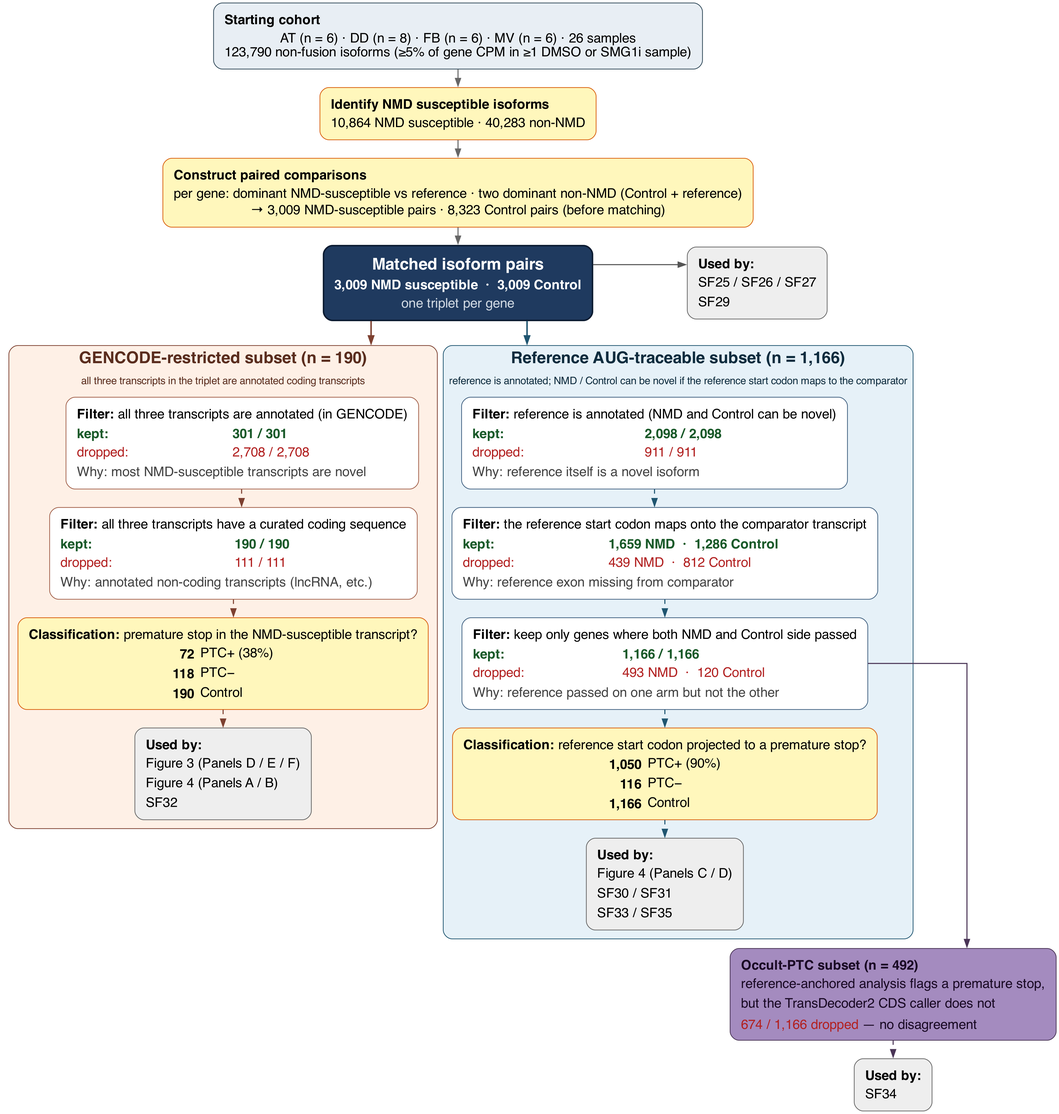
Earlier version of the Graphviz export figures/SupplementalFigures/SF28_PairAnalysisFlowchart/figure_s_pair_analysis_flowchart.png (peter4244/nmd_isopair_analysis). Its source is kept beside it as figures/SupplementalFigures/SF28_PairAnalysisFlowchart/figure_s_pair_analysis_flowchart.dot.
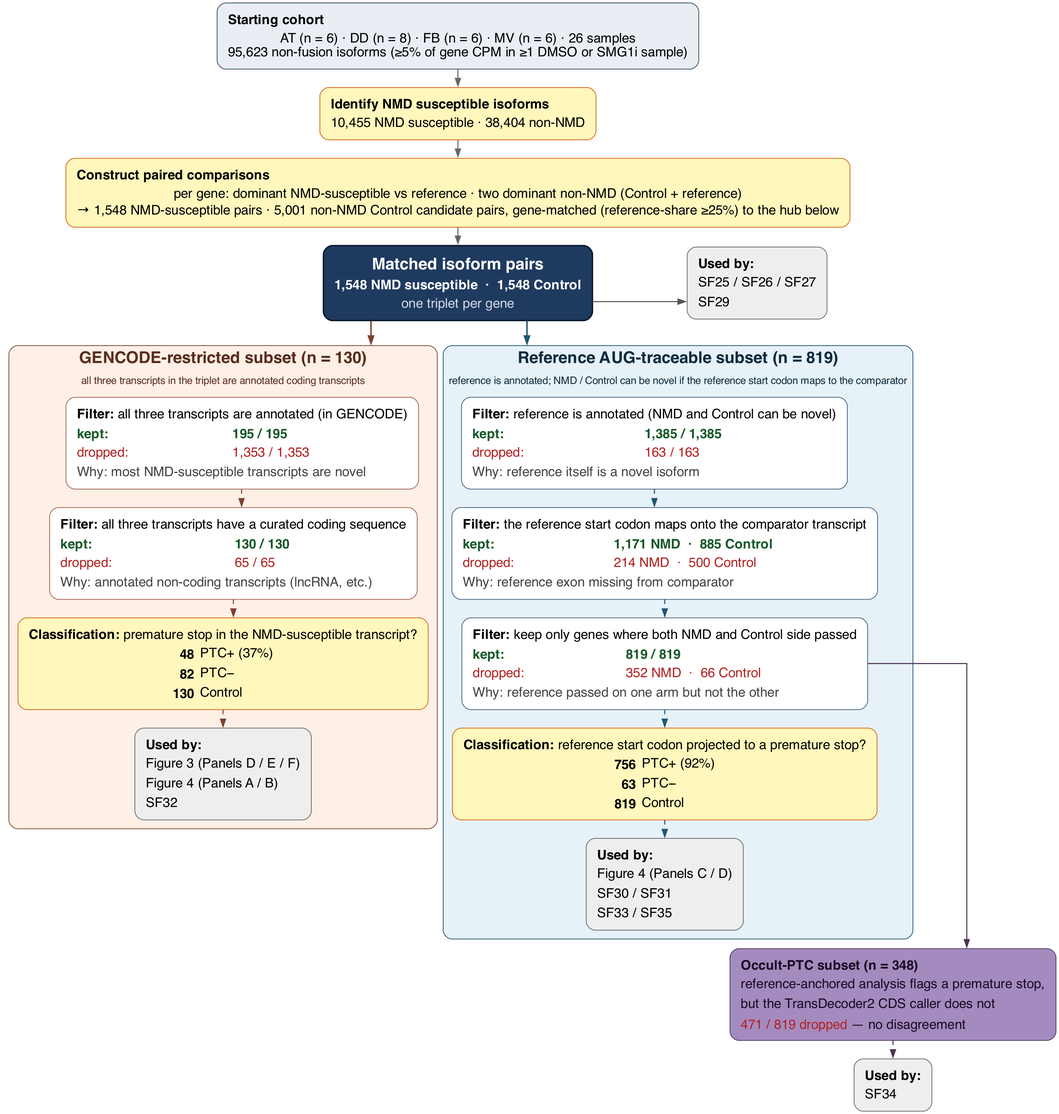
After the change.

The edit, as a diff of the source:
```diff
@@ -6,15 +6,15 @@
   edge  [color="#666", penwidth=1.4, fontname="Helvetica",
          fontsize=18, fontcolor="#444"]
 
-  U1 [label=<<TABLE BORDER="0" CELLBORDER="0" CELLSPACING="0" CELLPADDING="4"><TR><TD ALIGN="LEFT"><B>Starting cohort</B></TD></TR><TR><TD ALIGN="LEFT">AT (n = 6) · DD (n = 8) · FB (n = 6) · MV (n = 6) · 26 samples<BR/>123,790 non-fusion isoforms (≥5% of gene CPM in ≥1 DMSO or SMG1i sample)</TD></TR></TABLE>>, fillcolor="#e8eef4", color="#2f4858"]
-  U2 [label=<<TABLE BORDER="0" CELLBORDER="0" CELLSPACING="0" CELLPADDING="4"><TR><TD ALIGN="LEFT"><B>Identify NMD susceptible isoforms</B></TD></TR><TR><TD ALIGN="LEFT">10,864 NMD susceptible · 40,283 non-NMD</TD></TR></TABLE>>, fillcolor="#fff7bc", color="#d95f0e"]
-  U3 [label=<<TABLE BORDER="0" CELLBORDER="0" CELLSPACING="0" CELLPADDING="4"><TR><TD ALIGN="LEFT"><B>Construct paired comparisons</B></TD></TR><TR><TD ALIGN="LEFT">per gene: dominant NMD-susceptible vs reference · two dominant non-NMD (Control + reference)<BR/>→ 3,009 NMD-susceptible pairs · 8,323 Control pairs (before matching)</TD></TR></TABLE>>, fillcolor="#fff7bc", color="#d95f0e"]
+  U1 [label=<<TABLE BORDER="0" CELLBORDER="0" CELLSPACING="0" CELLPADDING="4"><TR><TD ALIGN="LEFT"><B>Starting cohort</B></TD></TR><TR><TD ALIGN="LEFT">AT (n = 6) · DD (n = 8) · FB (n = 6) · MV (n = 6) · 26 samples<BR/>95,623 non-fusion isoforms (≥5% of gene CPM in ≥1 DMSO or SMG1i sample)</TD></TR></TABLE>>, fillcolor="#e8eef4", color="#2f4858"]
+  U2 [label=<<TABLE BORDER="0" CELLBORDER="0" CELLSPACING="0" CELLPADDING="4"><TR><TD ALIGN="LEFT"><B>Identify NMD susceptible isoforms</B></TD></TR><TR><TD ALIGN="LEFT">10,455 NMD susceptible · 38,404 non-NMD</TD></TR></TABLE>>, fillcolor="#fff7bc", color="#d95f0e"]
+  U3 [label=<<TABLE BORDER="0" CELLBORDER="0" CELLSPACING="0" CELLPADDING="4"><TR><TD ALIGN="LEFT"><B>Construct paired comparisons</B></TD></TR><TR><TD ALIGN="LEFT">per gene: dominant NMD-susceptible vs reference · two dominant non-NMD (Control + reference)<BR/>→ 1,548 NMD-susceptible pairs · 5,001 non-NMD Control candidate pairs, gene-matched (reference-share ≥25%) to the hub below</TD></TR></TABLE>>, fillcolor="#fff7bc", color="#d95f0e"]
 
   U1 -> U2 -> U3
 
   HUB [label=<<TABLE BORDER="0" CELLBORDER="0" CELLSPACING="0" CELLPADDING="4">
                 <TR><TD ALIGN="CENTER"><FONT COLOR="white" POINT-SIZE="22"><B>Matched isoform pairs</B></FONT></TD></TR>
-                <TR><TD ALIGN="CENTER"><FONT COLOR="white"><B>3,009 NMD susceptible  ·  3,009 Control</B></FONT></TD></TR>
+                <TR><TD ALIGN="CENTER"><FONT COLOR="white"><B>1,548 NMD susceptible  ·  1,548 Control</B></FONT></TD></TR>
                 <TR><TD ALIGN="CENTER"><FONT COLOR="#cfd8e2" POINT-SIZE="18">one triplet per gene</FONT></TD></TR>
               </TABLE>>,
        fillcolor="#1f3a5f", color="#0a1a30", penwidth=2.0]
@@ -22,7 +22,7 @@
   U3 -> HUB
 
   subgraph cluster_S1 {
-    label = <<FONT POINT-SIZE="22"><B>GENCODE-restricted subset (n = 190)</B></FONT><BR/><BR/>all three transcripts in the triplet are annotated coding transcripts>
+    label = <<FONT POINT-SIZE="22"><B>GENCODE-restricted subset (n = 130)</B></FONT><BR/><BR/>all three transcripts in the triplet are annotated coding transcripts>
     labelloc = "t"
     style = "rounded,filled"
     fillcolor = "#fef0e6"
@@ -34,11 +34,11 @@
        <TR><TD ALIGN="LEFT" COLSPAN="2"><B>Filter:</B>&nbsp;all three transcripts are annotated (in GENCODE)</TD></TR>
        <TR>
          <TD ALIGN="LEFT"><FONT COLOR="#1a5a2a"><B>kept:</B></FONT></TD>
-         <TD ALIGN="LEFT"><FONT COLOR="#1a5a2a"><B>301 / 301</B></FONT></TD>
+         <TD ALIGN="LEFT"><FONT COLOR="#1a5a2a"><B>195 / 195</B></FONT></TD>
        </TR>
        <TR>
          <TD ALIGN="LEFT"><FONT COLOR="#b22222">dropped:</FONT></TD>
-         <TD ALIGN="LEFT"><FONT COLOR="#b22222">2,708 / 2,708</FONT></TD>
+         <TD ALIGN="LEFT"><FONT COLOR="#b22222">1,353 / 1,353</FONT></TD>
        </TR>
        <TR>
          <TD ALIGN="LEFT" COLSPAN="2"><FONT POINT-SIZE="18" COLOR="#444">Why: most NMD-susceptible transcripts are novel</FONT></TD>
@@ -48,11 +48,11 @@
        <TR><TD ALIGN="LEFT" COLSPAN="2"><B>Filter:</B>&nbsp;all three transcripts have a curated coding sequence</TD></TR>
        <TR>
          <TD ALIGN="LEFT"><FONT COLOR="#1a5a2a"><B>kept:</B></FONT></TD>
-         <TD ALIGN="LEFT"><FONT COLOR="#1a5a2a"><B>190 / 190</B></FONT></TD>
+         <TD ALIGN="LEFT"><FONT COLOR="#1a5a2a"><B>130 / 130</B></FONT></TD>
        </TR>
        <TR>
          <TD ALIGN="LEFT"><FONT COLOR="#b22222">dropped:</FONT></TD>
-         <TD ALIGN="LEFT"><FONT COLOR="#b22222">111 / 111</FONT></TD>
+         <TD ALIGN="LEFT"><FONT COLOR="#b22222">65 / 65</FONT></TD>
        </TR>
        <TR>
          <TD ALIGN="LEFT" COLSPAN="2"><FONT POINT-SIZE="18" COLOR="#444">Why: annotated non-coding transcripts (lncRNA, etc.)</FONT></TD>
@@ -61,9 +61,9 @@
 
     S1_GROUPS [label=<<TABLE BORDER="0" CELLBORDER="0" CELLSPACING="0" CELLPADDING="4">
                        <TR><TD ALIGN="LEFT" COLSPAN="2"><B>Classification:</B>&nbsp;premature stop in the NMD-susceptible transcript?</TD></TR>
-                       <TR><TD ALIGN="RIGHT"><B>72</B></TD><TD ALIGN="LEFT">PTC+ (38%)</TD></TR>
-                       <TR><TD ALIGN="RIGHT"><B>118</B></TD><TD ALIGN="LEFT">PTC−</TD></TR>
-                       <TR><TD ALIGN="RIGHT"><B>190</B></TD><TD ALIGN="LEFT">Control</TD></TR>
+                       <TR><TD ALIGN="RIGHT"><B>48</B></TD><TD ALIGN="LEFT">PTC+ (37%)</TD></TR>
+                       <TR><TD ALIGN="RIGHT"><B>82</B></TD><TD ALIGN="LEFT">PTC−</TD></TR>
+                       <TR><TD ALIGN="RIGHT"><B>130</B></TD><TD ALIGN="LEFT">Control</TD></TR>
                      </TABLE>>,
                fillcolor="#fff7bc", color="#d95f0e"]
 
@@ -79,7 +79,7 @@
   }
 
   subgraph cluster_S2 {
-    label = <<FONT POINT-SIZE="22"><B>Reference AUG-traceable subset (n = 1,166)</B></FONT><BR/><BR/>reference is annotated; NMD / Control can be novel if the reference start codon maps to the comparator>
+    label = <<FONT POINT-SIZE="22"><B>Reference AUG-traceable subset (n = 819)</B></FONT><BR/><BR/>reference is annotated; NMD / Control can be novel if the reference start codon maps to the comparator>
     labelloc = "t"
     style = "rounded,filled"
     fillcolor = "#e6f1f8"
@@ -91,11 +91,11 @@
        <TR><TD ALIGN="LEFT" COLSPAN="2"><B>Filter:</B>&nbsp;reference is annotated (NMD and Control can be novel)</TD></TR>
        <TR>
          <TD ALIGN="LEFT"><FONT COLOR="#1a5a2a"><B>kept:</B></FONT></TD>
-         <TD ALIGN="LEFT"><FONT COLOR="#1a5a2a"><B>2,098 / 2,098</B></FONT></TD>
+         <TD ALIGN="LEFT"><FONT COLOR="#1a5a2a"><B>1,385 / 1,385</B></FONT></TD>
        </TR>
        <TR>
          <TD ALIGN="LEFT"><FONT COLOR="#b22222">dropped:</FONT></TD>
-         <TD ALIGN="LEFT"><FONT COLOR="#b22222">911 / 911</FONT></TD>
+         <TD ALIGN="LEFT"><FONT COLOR="#b22222">163 / 163</FONT></TD>
        </TR>
        <TR>
          <TD ALIGN="LEFT" COLSPAN="2"><FONT POINT-SIZE="18" COLOR="#444">Why: reference itself is a novel isoform</FONT></TD>
@@ -105,11 +105,11 @@
        <TR><TD ALIGN="LEFT" COLSPAN="2"><B>Filter:</B>&nbsp;the reference start codon maps onto the comparator transcript</TD></TR>
        <TR>
          <TD ALIGN="LEFT"><FONT COLOR="#1a5a2a"><B>kept:</B></FONT></TD>
-         <TD ALIGN="LEFT"><FONT COLOR="#1a5a2a"><B>1,659 NMD  ·  1,286 Control</B></FONT></TD>
+         <TD ALIGN="LEFT"><FONT COLOR="#1a5a2a"><B>1,171 NMD  ·  885 Control</B></FONT></TD>
        </TR>
        <TR>
          <TD ALIGN="LEFT"><FONT COLOR="#b22222">dropped:</FONT></TD>
-         <TD ALIGN="LEFT"><FONT COLOR="#b22222">439 NMD  ·  812 Control</FONT></TD>
+         <TD ALIGN="LEFT"><FONT COLOR="#b22222">214 NMD  ·  500 Control</FONT></TD>
        </TR>
        <TR>
          <TD ALIGN="LEFT" COLSPAN="2"><FONT POINT-SIZE="18" COLOR="#444">Why: reference exon missing from comparator</FONT></TD>
@@ -119,11 +119,11 @@
        <TR><TD ALIGN="LEFT" COLSPAN="2"><B>Filter:</B>&nbsp;keep only genes where both NMD and Control side passed</TD></TR>
        <TR>
          <TD ALIGN="LEFT"><FONT COLOR="#1a5a2a"><B>kept:</B></FONT></TD>
-         <TD ALIGN="LEFT"><FONT COLOR="#1a5a2a"><B>1,166 / 1,166</B></FONT></TD>
+         <TD ALIGN="LEFT"><FONT COLOR="#1a5a2a"><B>819 / 819</B></FONT></TD>
        </TR>
        <TR>
          <TD ALIGN="LEFT"><FONT COLOR="#b22222">dropped:</FONT></TD>
-         <TD ALIGN="LEFT"><FONT COLOR="#b22222">493 NMD  ·  120 Control</FONT></TD>
+         <TD ALIGN="LEFT"><FONT COLOR="#b22222">352 NMD  ·  66 Control</FONT></TD>
        </TR>
        <TR>
          <TD ALIGN="LEFT" COLSPAN="2"><FONT POINT-SIZE="18" COLOR="#444">Why: reference passed on one arm but not the other</FONT></TD>
@@ -132,9 +132,9 @@
 
     S2_GROUPS [label=<<TABLE BORDER="0" CELLBORDER="0" CELLSPACING="0" CELLPADDING="4">
                        <TR><TD ALIGN="LEFT" COLSPAN="2"><B>Classification:</B>&nbsp;reference start codon projected to a premature stop?</TD></TR>
-                       <TR><TD ALIGN="RIGHT"><B>1,050</B></TD><TD ALIGN="LEFT">PTC+ (90%)</TD></TR>
-                       <TR><TD ALIGN="RIGHT"><B>116</B></TD><TD ALIGN="LEFT">PTC−</TD></TR>
-                       <TR><TD ALIGN="RIGHT"><B>1,166</B></TD><TD ALIGN="LEFT">Control</TD></TR>
+                       <TR><TD ALIGN="RIGHT"><B>756</B></TD><TD ALIGN="LEFT">PTC+ (92%)</TD></TR>
+                       <TR><TD ALIGN="RIGHT"><B>63</B></TD><TD ALIGN="LEFT">PTC−</TD></TR>
+                       <TR><TD ALIGN="RIGHT"><B>819</B></TD><TD ALIGN="LEFT">Control</TD></TR>
                      </TABLE>>,
                fillcolor="#fff7bc", color="#d95f0e"]
 
@@ -150,10 +150,10 @@
   }
 
   HPTC [label=<<TABLE BORDER="0" CELLBORDER="0" CELLSPACING="0" CELLPADDING="4">
-                <TR><TD ALIGN="LEFT"><B>Occult-PTC subset (n = 492)</B></TD></TR>
+                <TR><TD ALIGN="LEFT"><B>Occult-PTC subset (n = 348)</B></TD></TR>
                 <TR><TD ALIGN="LEFT">reference-anchored analysis flags a premature stop,</TD></TR>
                 <TR><TD ALIGN="LEFT">but the TransDecoder2 CDS caller does not</TD></TR>
-                <TR><TD ALIGN="LEFT"><FONT COLOR="#b22222">674 / 1,166 dropped</FONT> — no disagreement</TD></TR>
+                <TR><TD ALIGN="LEFT"><FONT COLOR="#b22222">471 / 819 dropped</FONT> — no disagreement</TD></TR>
               </TABLE>>,
         fillcolor="#a48bbf", color="#4a3556", fontcolor="#1a0a25"]
 
```
